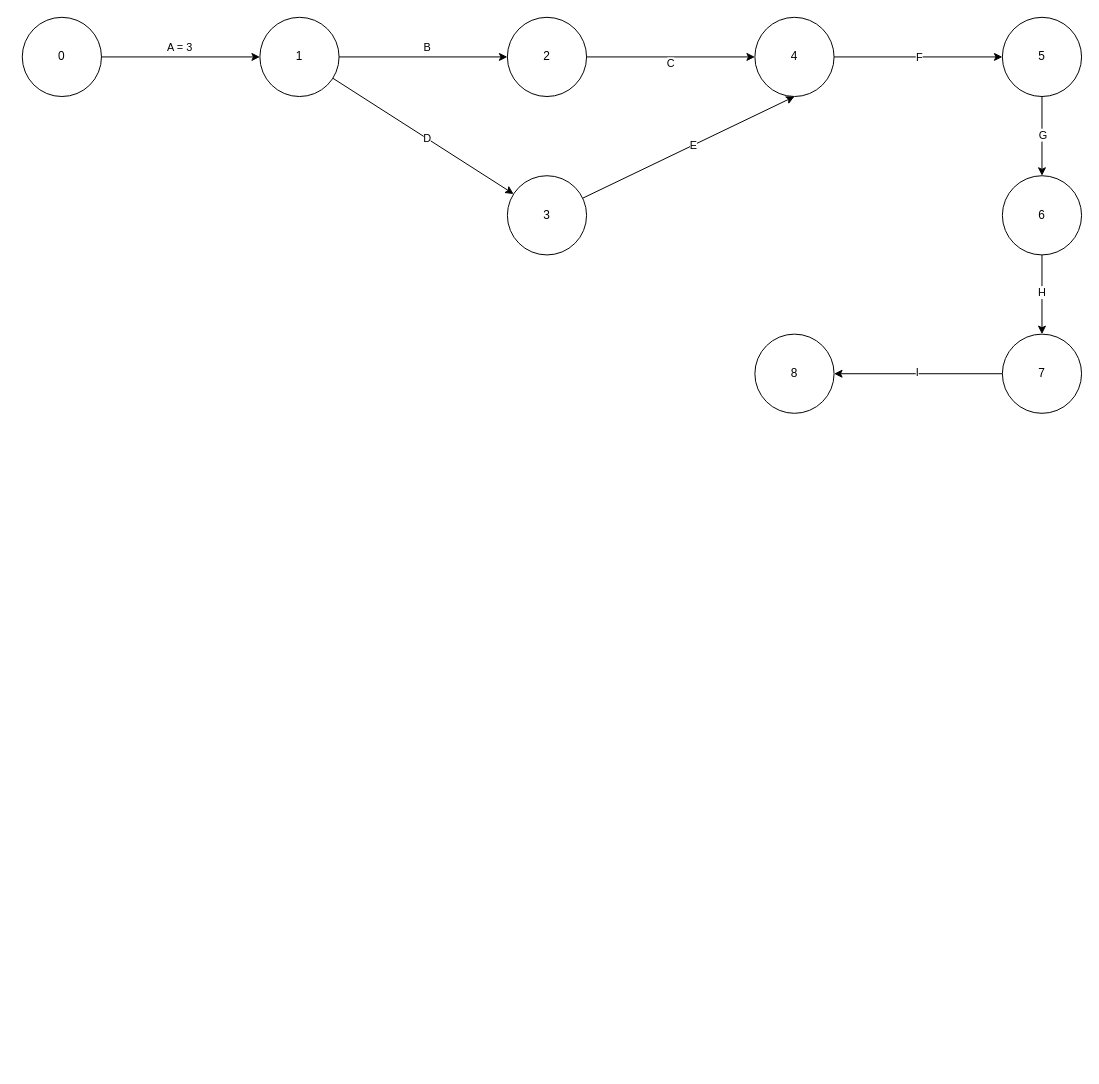
The draw.io diagram Critical_Path.drawio in abyansetya/UAS_Project_Management, before the edit. Source tidied: cells renumbered, new cells numbered last; positions are measured from the earlier drawing's top-left corner, leaving out a move shared by most shapes. Both pictures are drawn from the tidied source at 99%, with x=0, y=0 at pixel (22, 17).
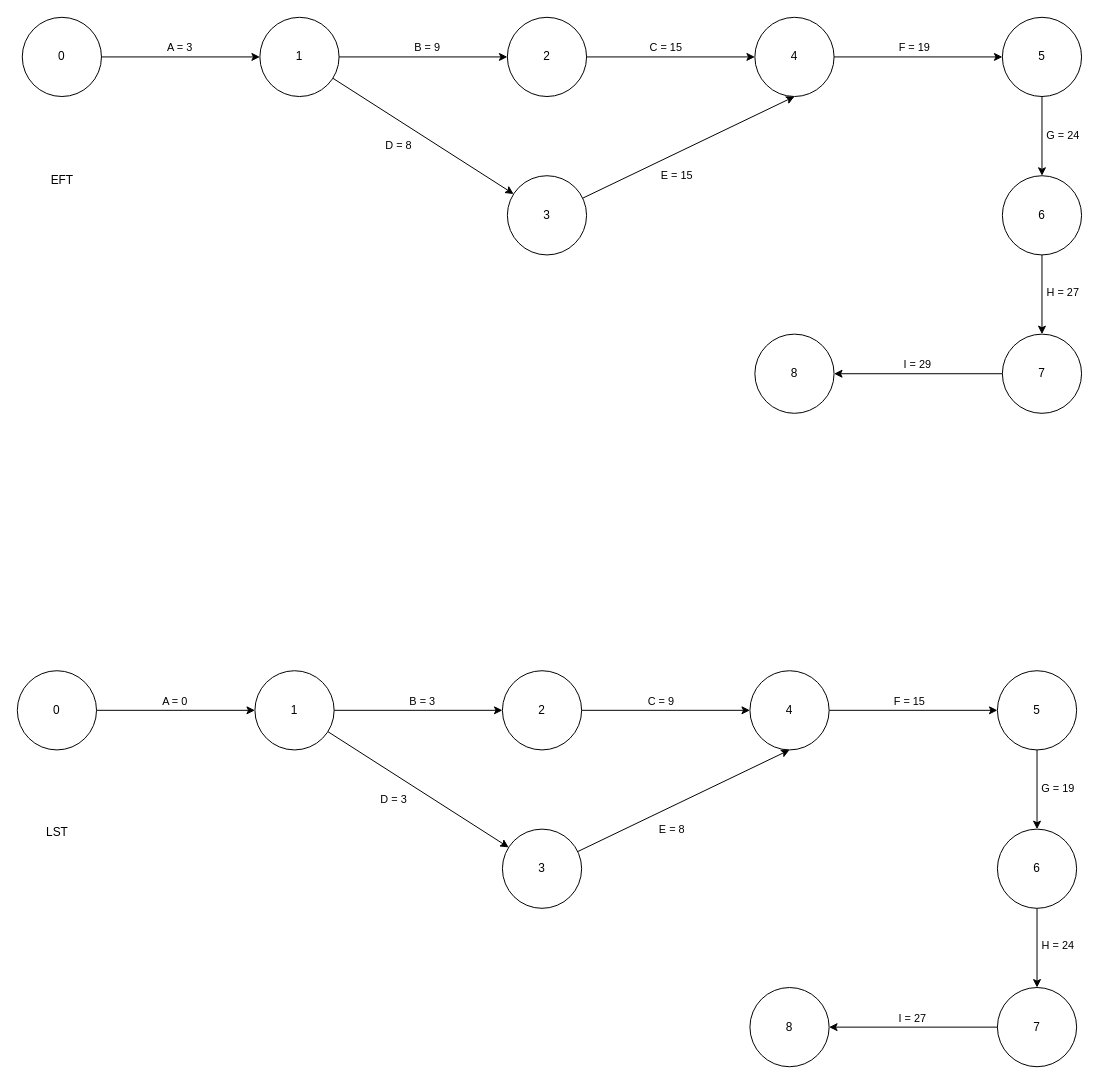
The same page after the edit.

Unchanged cells that the change refers to:
```xml
<mxCell id="5" style="edgeStyle=orthogonalEdgeStyle;rounded=0;jettySize=auto;html=1;" parent="1" edge="1" source="9" target="12">
  <mxGeometry relative="1" as="geometry" />
</mxCell>
<mxCell id="7" style="rounded=0;jettySize=auto;html=1;" parent="1" edge="1" source="9" target="18">
  <mxGeometry relative="1" as="geometry" />
</mxCell>
<mxCell id="10" style="edgeStyle=orthogonalEdgeStyle;rounded=0;jettySize=auto;html=1;" parent="1" edge="1" source="12" target="15">
  <mxGeometry relative="1" as="geometry" />
</mxCell>
<mxCell id="13" style="edgeStyle=orthogonalEdgeStyle;rounded=0;jettySize=auto;html=1;" parent="1" edge="1" source="15" target="21">
  <mxGeometry relative="1" as="geometry" />
</mxCell>
<mxCell id="16" style="rounded=0;jettySize=auto;html=1;entryX=0.5;entryY=1;entryDx=0;entryDy=0;" parent="1" edge="1" source="18" target="15">
  <mxGeometry relative="1" as="geometry" />
</mxCell>
<mxCell id="19" style="edgeStyle=orthogonalEdgeStyle;rounded=0;jettySize=auto;html=1;" parent="1" edge="1" source="21" target="24">
  <mxGeometry relative="1" as="geometry" />
</mxCell>
<mxCell id="22" style="edgeStyle=orthogonalEdgeStyle;rounded=0;jettySize=auto;html=1;" parent="1" edge="1" source="24" target="27">
  <mxGeometry relative="1" as="geometry" />
</mxCell>
<mxCell id="25" style="edgeStyle=orthogonalEdgeStyle;rounded=0;jettySize=auto;html=1;" parent="1" edge="1" source="27" target="28">
  <mxGeometry relative="1" as="geometry" />
</mxCell>
```

What changed in the source:
```diff
@@
-    <mxCell id="6" value="B" style="edgeLabel;html=1;align=center;verticalAlign=middle;" parent="5" vertex="1">
+    <mxCell id="6" value="B = 9" style="edgeLabel;html=1;align=center;verticalAlign=middle;" parent="5" vertex="1">
       <mxGeometry x="0.07" y="2" relative="1" as="geometry">
         <mxPoint x="-3" y="-8" as="offset" />
       </mxGeometry>
     </mxCell>
@@
-    <mxCell id="8" value="D" style="edgeLabel;html=1;align=center;verticalAlign=middle;" parent="7" vertex="1">
+    <mxCell id="8" value="D = 8" style="edgeLabel;html=1;align=center;verticalAlign=middle;" parent="7" vertex="1">
       <mxGeometry x="0.04" y="1" relative="1" as="geometry">
-        <mxPoint x="-1" as="offset" />
+        <mxPoint x="-30" y="8" as="offset" />
       </mxGeometry>
     </mxCell>
@@
-    <mxCell id="11" value="C" style="edgeLabel;html=1;align=center;verticalAlign=middle;" parent="10" vertex="1">
+    <mxCell id="11" value="C = 15" style="edgeLabel;html=1;align=center;verticalAlign=middle;" parent="10" vertex="1">
       <mxGeometry y="-6" relative="1" as="geometry">
-        <mxPoint x="-1" as="offset" />
+        <mxPoint x="-6" y="-16" as="offset" />
       </mxGeometry>
     </mxCell>
@@
-    <mxCell id="14" value="F" style="edgeLabel;html=1;align=center;verticalAlign=middle;" parent="13" vertex="1">
-      <mxGeometry relative="1" as="geometry" />
+    <mxCell id="14" value="F = 19" style="edgeLabel;html=1;align=center;verticalAlign=middle;" parent="13" vertex="1">
+      <mxGeometry relative="1" as="geometry">
+        <mxPoint x="-5" y="-10" as="offset" />
+      </mxGeometry>
     </mxCell>
@@
-    <mxCell id="17" value="E" style="edgeLabel;html=1;align=center;verticalAlign=middle;" parent="16" vertex="1">
+    <mxCell id="17" value="E = 15" style="edgeLabel;html=1;align=center;verticalAlign=middle;" parent="16" vertex="1">
       <mxGeometry x="0.05" relative="1" as="geometry">
-        <mxPoint x="-1" as="offset" />
+        <mxPoint x="-18" y="31" as="offset" />
       </mxGeometry>
     </mxCell>
@@
-    <mxCell id="20" value="G" style="edgeLabel;html=1;align=center;verticalAlign=middle;" parent="19" vertex="1">
-      <mxGeometry x="-0.06" relative="1" as="geometry" />
+    <mxCell id="20" value="G = 24" style="edgeLabel;html=1;align=center;verticalAlign=middle;" parent="19" vertex="1">
+      <mxGeometry x="-0.06" relative="1" as="geometry">
+        <mxPoint x="20" as="offset" />
+      </mxGeometry>
     </mxCell>
@@
-    <mxCell id="23" value="H" style="edgeLabel;html=1;align=center;verticalAlign=middle;" parent="22" vertex="1">
-      <mxGeometry x="-0.08" y="-1" relative="1" as="geometry" />
+    <mxCell id="23" value="H = 27" style="edgeLabel;html=1;align=center;verticalAlign=middle;" parent="22" vertex="1">
+      <mxGeometry x="-0.08" y="-1" relative="1" as="geometry">
+        <mxPoint x="21" as="offset" />
+      </mxGeometry>
     </mxCell>
@@
-    <mxCell id="26" value="I" style="edgeLabel;html=1;align=center;verticalAlign=middle;" parent="25" vertex="1">
-      <mxGeometry x="0.02" y="-2" relative="1" as="geometry" />
+    <mxCell id="26" value="I = 29" style="edgeLabel;html=1;align=center;verticalAlign=middle;" parent="25" vertex="1">
+      <mxGeometry x="0.02" y="-2" relative="1" as="geometry">
+        <mxPoint y="-8" as="offset" />
+      </mxGeometry>
     </mxCell>
@@
+    <mxCell id="29" style="edgeStyle=orthogonalEdgeStyle;rounded=0;jettySize=auto;html=1;" parent="1" edge="1" source="31" target="36">
+      <mxGeometry relative="1" as="geometry" />
+    </mxCell>
+    <mxCell id="30" value="A = 0" style="edgeLabel;html=1;align=center;verticalAlign=middle;" parent="29" vertex="1">
+      <mxGeometry x="-0.01" y="2" relative="1" as="geometry">
+        <mxPoint x="-1" y="-8" as="offset" />
+      </mxGeometry>
+    </mxCell>
+    <mxCell id="31" value="0" style="ellipse;whiteSpace=wrap;html=1;" parent="1" vertex="1">
+      <mxGeometry x="-5" y="660" width="80" height="80" as="geometry" />
+    </mxCell>
+    <mxCell id="32" style="edgeStyle=orthogonalEdgeStyle;rounded=0;jettySize=auto;html=1;" parent="1" edge="1" source="36" target="39">
+      <mxGeometry relative="1" as="geometry" />
+    </mxCell>
+    <mxCell id="33" value="B = 3" style="edgeLabel;html=1;align=center;verticalAlign=middle;" parent="32" vertex="1">
+      <mxGeometry x="0.07" y="2" relative="1" as="geometry">
+        <mxPoint x="-3" y="-8" as="offset" />
+      </mxGeometry>
+    </mxCell>
+    <mxCell id="34" style="rounded=0;jettySize=auto;html=1;" parent="1" edge="1" source="36" target="45">
+      <mxGeometry relative="1" as="geometry" />
+    </mxCell>
+    <mxCell id="35" value="D = 3" style="edgeLabel;html=1;align=center;verticalAlign=middle;" parent="34" vertex="1">
+      <mxGeometry x="0.04" y="1" relative="1" as="geometry">
+        <mxPoint x="-30" y="8" as="offset" />
+      </mxGeometry>
+    </mxCell>
+    <mxCell id="36" value="1" style="ellipse;whiteSpace=wrap;html=1;" parent="1" vertex="1">
+      <mxGeometry x="235" y="660" width="80" height="80" as="geometry" />
+    </mxCell>
+    <mxCell id="37" style="edgeStyle=orthogonalEdgeStyle;rounded=0;jettySize=auto;html=1;" parent="1" edge="1" source="39" target="42">
+      <mxGeometry relative="1" as="geometry" />
+    </mxCell>
+    <mxCell id="38" value="C = 9" style="edgeLabel;html=1;align=center;verticalAlign=middle;" parent="37" vertex="1">
+      <mxGeometry y="-6" relative="1" as="geometry">
+        <mxPoint x="-6" y="-16" as="offset" />
+      </mxGeometry>
+    </mxCell>
+    <mxCell id="39" value="2" style="ellipse;whiteSpace=wrap;html=1;" parent="1" vertex="1">
+      <mxGeometry x="485" y="660" width="80" height="80" as="geometry" />
+    </mxCell>
+    <mxCell id="40" style="edgeStyle=orthogonalEdgeStyle;rounded=0;jettySize=auto;html=1;" parent="1" edge="1" source="42" target="48">
+      <mxGeometry relative="1" as="geometry" />
+    </mxCell>
+    <mxCell id="41" value="F = 15" style="edgeLabel;html=1;align=center;verticalAlign=middle;" parent="40" vertex="1">
+      <mxGeometry relative="1" as="geometry">
+        <mxPoint x="-5" y="-10" as="offset" />
+      </mxGeometry>
+    </mxCell>
+    <mxCell id="42" value="4" style="ellipse;whiteSpace=wrap;html=1;" parent="1" vertex="1">
+      <mxGeometry x="735" y="660" width="80" height="80" as="geometry" />
+    </mxCell>
+    <mxCell id="43" style="rounded=0;jettySize=auto;html=1;entryX=0.5;entryY=1;entryDx=0;entryDy=0;" parent="1" edge="1" source="45" target="42">
+      <mxGeometry relative="1" as="geometry" />
+    </mxCell>
+    <mxCell id="44" value="E = 8" style="edgeLabel;html=1;align=center;verticalAlign=middle;" parent="43" vertex="1">
+      <mxGeometry x="0.05" relative="1" as="geometry">
+        <mxPoint x="-18" y="31" as="offset" />
+      </mxGeometry>
+    </mxCell>
+    <mxCell id="45" value="3" style="ellipse;whiteSpace=wrap;html=1;" parent="1" vertex="1">
+      <mxGeometry x="485" y="820" width="80" height="80" as="geometry" />
+    </mxCell>
+    <mxCell id="46" style="edgeStyle=orthogonalEdgeStyle;rounded=0;jettySize=auto;html=1;" parent="1" edge="1" source="48" target="51">
+      <mxGeometry relative="1" as="geometry" />
+    </mxCell>
+    <mxCell id="47" value="G = 19" style="edgeLabel;html=1;align=center;verticalAlign=middle;" parent="46" vertex="1">
+      <mxGeometry x="-0.06" relative="1" as="geometry">
+        <mxPoint x="20" as="offset" />
+      </mxGeometry>
+    </mxCell>
+    <mxCell id="48" value="5" style="ellipse;whiteSpace=wrap;html=1;" parent="1" vertex="1">
+      <mxGeometry x="985" y="660" width="80" height="80" as="geometry" />
+    </mxCell>
+    <mxCell id="49" style="edgeStyle=orthogonalEdgeStyle;rounded=0;jettySize=auto;html=1;" parent="1" edge="1" source="51" target="54">
+      <mxGeometry relative="1" as="geometry" />
+    </mxCell>
+    <mxCell id="50" value="H = 24" style="edgeLabel;html=1;align=center;verticalAlign=middle;" parent="49" vertex="1">
+      <mxGeometry x="-0.08" y="-1" relative="1" as="geometry">
+        <mxPoint x="21" as="offset" />
+      </mxGeometry>
+    </mxCell>
+    <mxCell id="51" value="6" style="ellipse;whiteSpace=wrap;html=1;" parent="1" vertex="1">
+      <mxGeometry x="985" y="820" width="80" height="80" as="geometry" />
+    </mxCell>
+    <mxCell id="52" style="edgeStyle=orthogonalEdgeStyle;rounded=0;jettySize=auto;html=1;" parent="1" edge="1" source="54" target="55">
+      <mxGeometry relative="1" as="geometry" />
+    </mxCell>
+    <mxCell id="53" value="I = 27" style="edgeLabel;html=1;align=center;verticalAlign=middle;" parent="52" vertex="1">
+      <mxGeometry x="0.02" y="-2" relative="1" as="geometry">
+        <mxPoint y="-8" as="offset" />
+      </mxGeometry>
+    </mxCell>
+    <mxCell id="54" value="7" style="ellipse;whiteSpace=wrap;html=1;" parent="1" vertex="1">
+      <mxGeometry x="985" y="980" width="80" height="80" as="geometry" />
+    </mxCell>
+    <mxCell id="55" value="8" style="ellipse;whiteSpace=wrap;html=1;" parent="1" vertex="1">
+      <mxGeometry x="735" y="980" width="80" height="80" as="geometry" />
+    </mxCell>
+    <mxCell id="56" value="EFT" style="text;html=1;align=center;verticalAlign=middle;strokeColor=none;fillColor=none;" parent="1" vertex="1">
+      <mxGeometry x="15" y="150" width="50" height="30" as="geometry" />
+    </mxCell>
+    <mxCell id="57" value="LST" style="text;html=1;align=center;verticalAlign=middle;strokeColor=none;fillColor=none;" parent="1" vertex="1">
+      <mxGeometry x="10" y="808" width="50" height="30" as="geometry" />
+    </mxCell>
```
